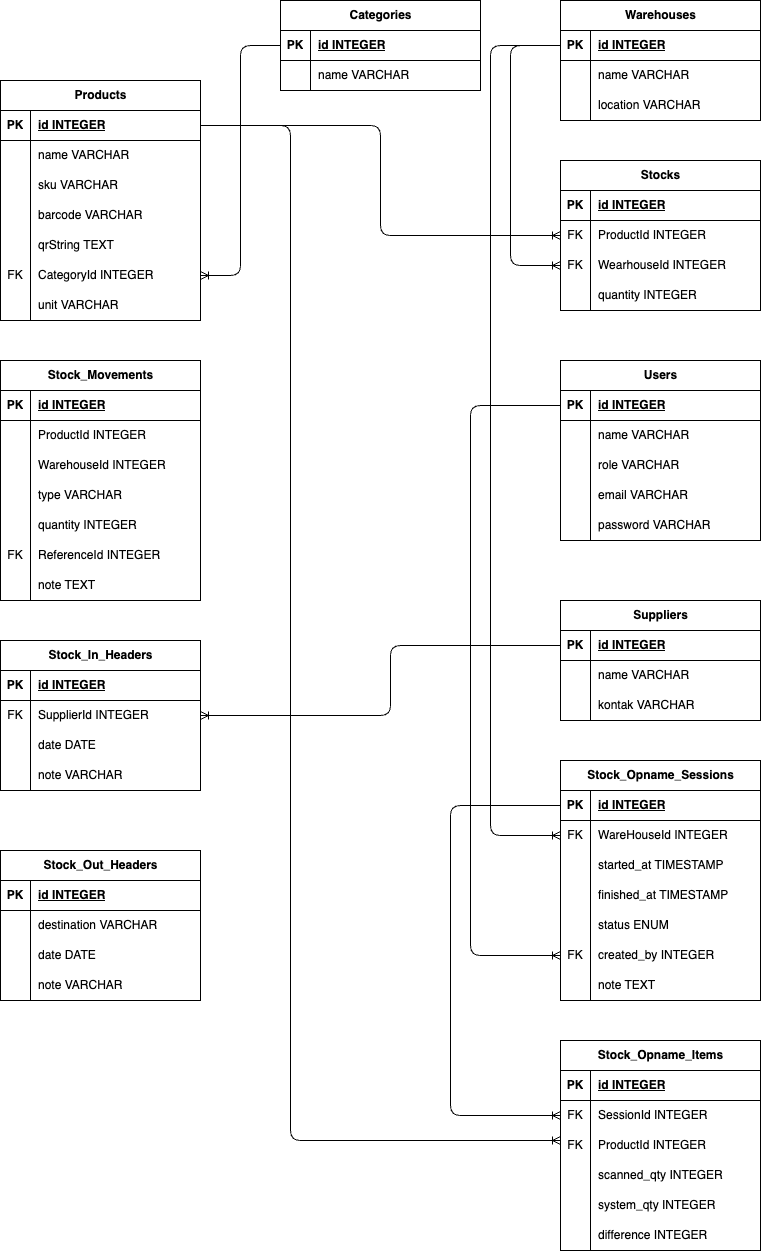
sabianathallah/SaaS-_nventory-System keeps this draw.io diagram as erd.drawio.png. Above is the earlier version. Source tidied: cells renumbered, new cells last; positions are measured from the earlier drawing's top-left corner, leaving out a move shared by most shapes.
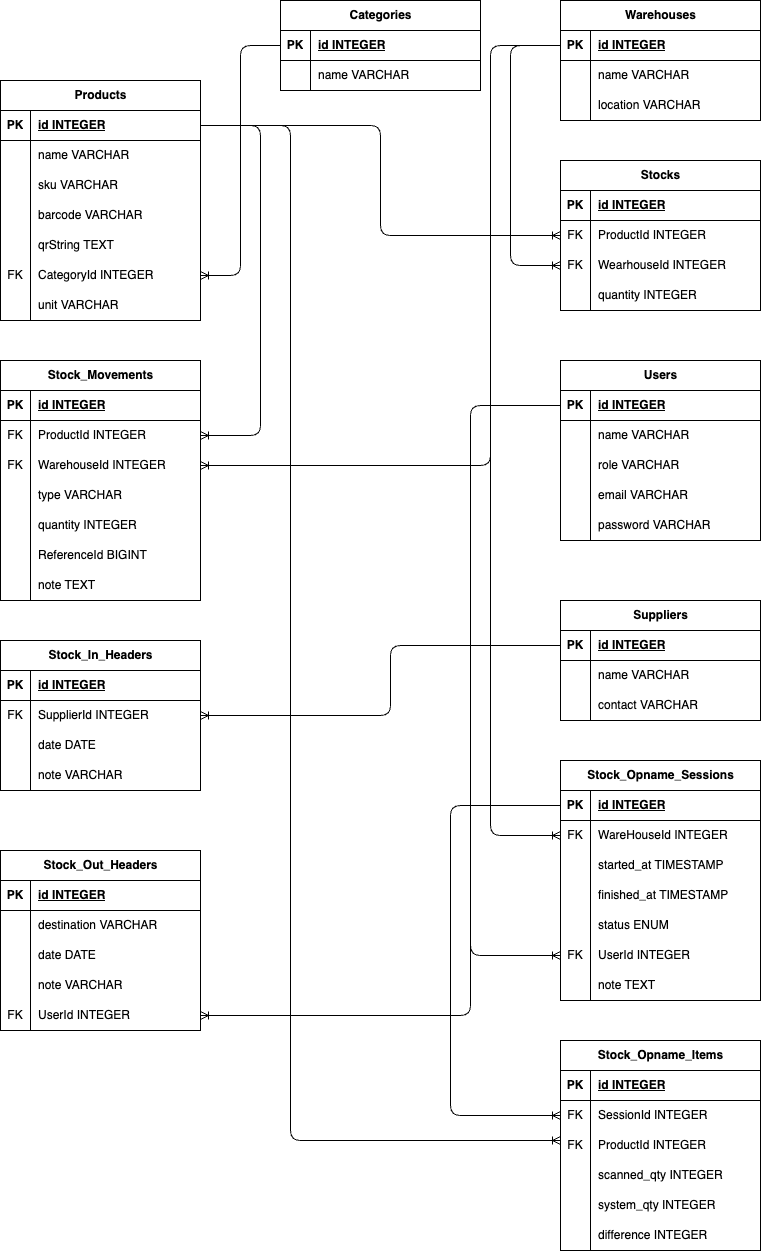
The same diagram one commit later.

Change to the diagram source:
```diff
@@ -173,7 +173,7 @@
     <mxCell id="58" style="shape=tableRow;horizontal=0;startSize=0;swimlaneHead=0;swimlaneBody=0;fillColor=none;points=[[0,0.5],[1,0.5]];portConstraint=eastwest;top=0;left=0;right=0;bottom=0;" parent="54" vertex="1">
       <mxGeometry y="60" width="200" height="30" as="geometry" />
     </mxCell>
-    <mxCell id="59" style="shape=partialRectangle;fillColor=none;top=0;left=0;bottom=0;right=0;overflow=hidden;whiteSpace=wrap;html=1;" parent="58" vertex="1">
+    <mxCell id="59" value="FK" style="shape=partialRectangle;fillColor=none;top=0;left=0;bottom=0;right=0;overflow=hidden;whiteSpace=wrap;html=1;" parent="58" vertex="1">
       <mxGeometry width="30" height="30" as="geometry" />
     </mxCell>
     <mxCell id="60" value="ProductId INTEGER" style="shape=partialRectangle;fillColor=none;top=0;left=0;bottom=0;right=0;align=left;spacingLeft=6;overflow=hidden;whiteSpace=wrap;html=1;" parent="58" vertex="1">
@@ -182,7 +182,7 @@
     <mxCell id="61" style="shape=tableRow;horizontal=0;startSize=0;swimlaneHead=0;swimlaneBody=0;fillColor=none;points=[[0,0.5],[1,0.5]];portConstraint=eastwest;top=0;left=0;right=0;bottom=0;" parent="54" vertex="1">
       <mxGeometry y="90" width="200" height="30" as="geometry" />
     </mxCell>
-    <mxCell id="62" style="shape=partialRectangle;fillColor=none;top=0;left=0;bottom=0;right=0;overflow=hidden;whiteSpace=wrap;html=1;" parent="61" vertex="1">
+    <mxCell id="62" value="FK" style="shape=partialRectangle;fillColor=none;top=0;left=0;bottom=0;right=0;overflow=hidden;whiteSpace=wrap;html=1;" parent="61" vertex="1">
       <mxGeometry width="30" height="30" as="geometry" />
     </mxCell>
     <mxCell id="63" value="WarehouseId INTEGER" style="shape=partialRectangle;fillColor=none;top=0;left=0;bottom=0;right=0;align=left;spacingLeft=6;overflow=hidden;whiteSpace=wrap;html=1;" parent="61" vertex="1">
@@ -209,10 +209,10 @@
     <mxCell id="70" style="shape=tableRow;horizontal=0;startSize=0;swimlaneHead=0;swimlaneBody=0;fillColor=none;top=0;left=0;right=0;bottom=0;" parent="54" vertex="1">
       <mxGeometry y="180" width="200" height="30" as="geometry" />
     </mxCell>
-    <mxCell id="71" value="FK" style="shape=partialRectangle;fillColor=none;top=0;left=0;bottom=0;right=0;overflow=hidden;whiteSpace=wrap;html=1;" parent="70" vertex="1">
+    <mxCell id="71" style="shape=partialRectangle;fillColor=none;top=0;left=0;bottom=0;right=0;overflow=hidden;whiteSpace=wrap;html=1;" parent="70" vertex="1">
       <mxGeometry width="30" height="30" as="geometry" />
     </mxCell>
-    <mxCell id="72" value="ReferenceId INTEGER" style="shape=partialRectangle;fillColor=none;top=0;left=0;bottom=0;right=0;align=left;spacingLeft=6;overflow=hidden;whiteSpace=wrap;html=1;" parent="70" vertex="1">
+    <mxCell id="72" value="ReferenceId BIGINT" style="shape=partialRectangle;fillColor=none;top=0;left=0;bottom=0;right=0;align=left;spacingLeft=6;overflow=hidden;whiteSpace=wrap;html=1;" parent="70" vertex="1">
       <mxGeometry x="30" width="170" height="30" as="geometry" />
     </mxCell>
     <mxCell id="73" style="shape=tableRow;horizontal=0;startSize=0;swimlaneHead=0;swimlaneBody=0;fillColor=none;top=0;left=0;right=0;bottom=0;" parent="54" vertex="1">
@@ -312,7 +312,7 @@
     <mxCell id="103" style="shape=partialRectangle;fillColor=none;top=0;left=0;bottom=0;right=0;overflow=hidden;whiteSpace=wrap;html=1;" parent="102" vertex="1">
       <mxGeometry width="30" height="30" as="geometry" />
     </mxCell>
-    <mxCell id="104" value="kontak VARCHAR" style="shape=partialRectangle;fillColor=none;top=0;left=0;bottom=0;right=0;align=left;spacingLeft=6;overflow=hidden;whiteSpace=wrap;html=1;" parent="102" vertex="1">
+    <mxCell id="104" value="contact VARCHAR" style="shape=partialRectangle;fillColor=none;top=0;left=0;bottom=0;right=0;align=left;spacingLeft=6;overflow=hidden;whiteSpace=wrap;html=1;" parent="102" vertex="1">
       <mxGeometry x="30" width="170" height="30" as="geometry" />
     </mxCell>
     <mxCell id="105" value="Stock_In_Headers" style="shape=table;startSize=30;rowLines=0;fontStyle=1;align=center;html=1;" parent="1" vertex="1">
@@ -355,7 +355,7 @@
       <mxGeometry x="30" width="170" height="30" as="geometry" />
     </mxCell>
     <mxCell id="118" value="Stock_Out_Headers" style="shape=table;startSize=30;rowLines=0;fontStyle=1;align=center;html=1;" parent="1" vertex="1">
-      <mxGeometry y="850" width="200" height="150" as="geometry" />
+      <mxGeometry y="850" width="200" height="180" as="geometry" />
     </mxCell>
     <mxCell id="119" style="shape=tableRow;horizontal=0;startSize=0;swimlaneHead=0;swimlaneBody=0;fillColor=none;top=0;left=0;right=0;bottom=1;" parent="118" vertex="1">
       <mxGeometry y="30" width="200" height="30" as="geometry" />
@@ -393,6 +393,15 @@
     <mxCell id="130" value="note VARCHAR" style="shape=partialRectangle;fillColor=none;top=0;left=0;bottom=0;right=0;align=left;spacingLeft=6;overflow=hidden;whiteSpace=wrap;html=1;" parent="128" vertex="1">
       <mxGeometry x="30" width="170" height="30" as="geometry" />
     </mxCell>
+    <mxCell id="177" style="shape=tableRow;horizontal=0;startSize=0;swimlaneHead=0;swimlaneBody=0;fillColor=none;points=[[0,0.5],[1,0.5]];portConstraint=eastwest;top=0;left=0;right=0;bottom=0;" parent="118" vertex="1">
+      <mxGeometry y="150" width="200" height="30" as="geometry" />
+    </mxCell>
+    <mxCell id="178" value="FK" style="shape=partialRectangle;fillColor=none;top=0;left=0;bottom=0;right=0;overflow=hidden;whiteSpace=wrap;html=1;" parent="177" vertex="1">
+      <mxGeometry width="30" height="30" as="geometry" />
+    </mxCell>
+    <mxCell id="179" value="UserId INTEGER" style="shape=partialRectangle;fillColor=none;top=0;left=0;bottom=0;right=0;align=left;spacingLeft=6;overflow=hidden;whiteSpace=wrap;html=1;" parent="177" vertex="1">
+      <mxGeometry x="30" width="170" height="30" as="geometry" />
+    </mxCell>
     <mxCell id="131" style="edgeStyle=elbowEdgeStyle;fontSize=12;html=1;endArrow=ERoneToMany;exitX=0;exitY=0.5;exitDx=0;exitDy=0;entryX=1;entryY=0.5;entryDx=0;entryDy=0;" parent="1" edge="1" source="96" target="109">
       <mxGeometry relative="1" as="geometry">
         <Array as="points">
@@ -454,7 +463,7 @@
     <mxCell id="149" value="FK" style="shape=partialRectangle;fillColor=none;top=0;left=0;bottom=0;right=0;overflow=hidden;whiteSpace=wrap;html=1;" parent="148" vertex="1">
       <mxGeometry width="30" height="30" as="geometry" />
     </mxCell>
-    <mxCell id="150" value="created_by INTEGER" style="shape=partialRectangle;fillColor=none;top=0;left=0;bottom=0;right=0;align=left;spacingLeft=6;overflow=hidden;whiteSpace=wrap;html=1;" parent="148" vertex="1">
+    <mxCell id="150" value="UserId INTEGER" style="shape=partialRectangle;fillColor=none;top=0;left=0;bottom=0;right=0;align=left;spacingLeft=6;overflow=hidden;whiteSpace=wrap;html=1;" parent="148" vertex="1">
       <mxGeometry x="30" width="170" height="30" as="geometry" />
     </mxCell>
     <mxCell id="151" style="shape=tableRow;horizontal=0;startSize=0;swimlaneHead=0;swimlaneBody=0;fillColor=none;top=0;left=0;right=0;bottom=0;" parent="132" vertex="1">
@@ -552,5 +561,26 @@
         </Array>
       </mxGeometry>
     </mxCell>
+    <mxCell id="180" style="edgeStyle=elbowEdgeStyle;fontSize=12;html=1;endArrow=ERoneToMany;entryX=1;entryY=0.5;entryDx=0;entryDy=0;exitX=1;exitY=0.5;exitDx=0;exitDy=0;" parent="1" edge="1" source="3" target="58">
+      <mxGeometry relative="1" as="geometry">
+        <Array as="points">
+          <mxPoint x="260" y="280" />
+        </Array>
+      </mxGeometry>
+    </mxCell>
+    <mxCell id="181" style="edgeStyle=elbowEdgeStyle;fontSize=12;html=1;endArrow=ERoneToMany;exitX=0;exitY=0.5;exitDx=0;exitDy=0;entryX=1;entryY=0.5;entryDx=0;entryDy=0;" parent="1" edge="1" source="32" target="61">
+      <mxGeometry relative="1" as="geometry">
+        <Array as="points">
+          <mxPoint x="490" y="250" />
+        </Array>
+      </mxGeometry>
+    </mxCell>
+    <mxCell id="182" style="edgeStyle=elbowEdgeStyle;fontSize=12;html=1;endArrow=ERoneToMany;exitX=0;exitY=0.5;exitDx=0;exitDy=0;entryX=1;entryY=0.5;entryDx=0;entryDy=0;" parent="1" edge="1" source="80" target="177">
+      <mxGeometry relative="1" as="geometry">
+        <Array as="points">
+          <mxPoint x="470" y="710" />
+        </Array>
+      </mxGeometry>
+    </mxCell>
   </root>
 </mxGraphModel>
```
